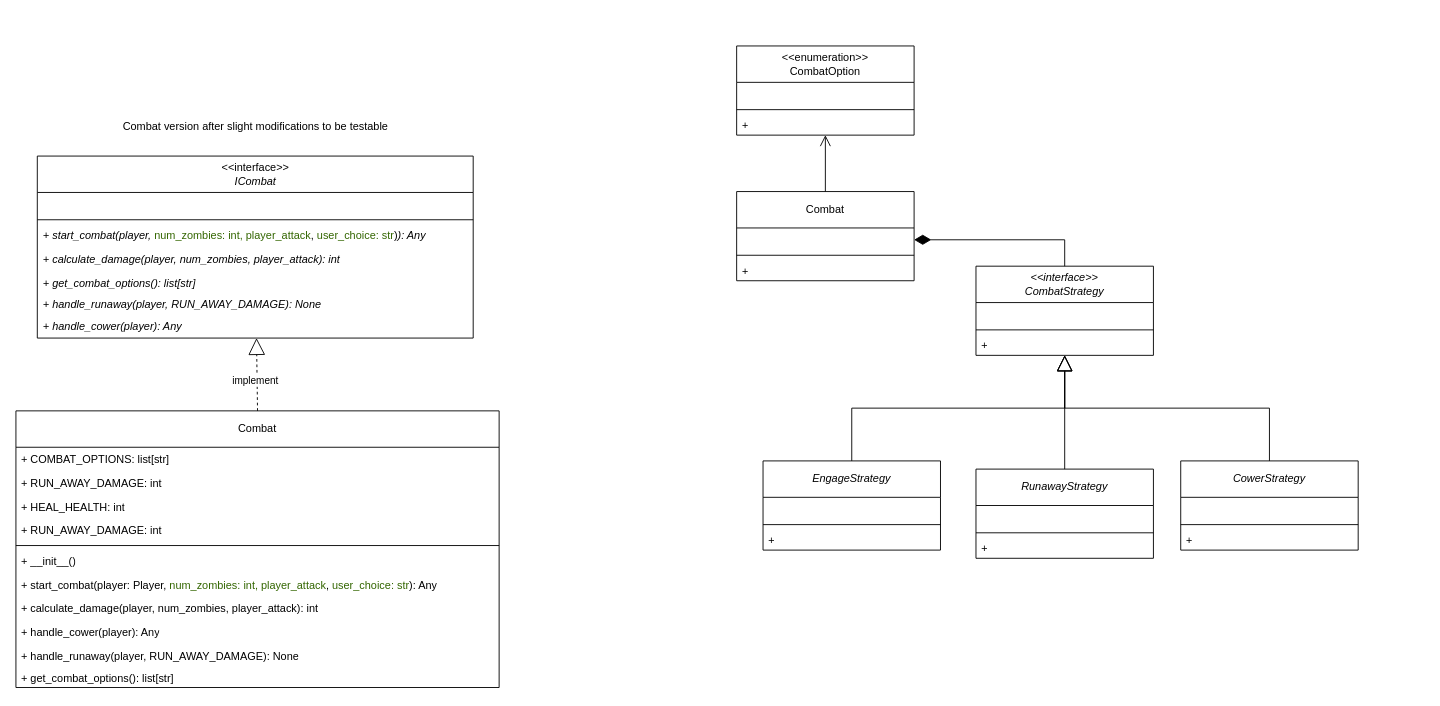
Above: page "combat_after" (1 of 2) of src/model_after_pattern/after_pattern.drawio in arsenie-sarmiento/ZombieInMyPocket (draw.io), before the change. Source tidied: cells renumbered, new cells numbered last; positions are measured from the earlier drawing's top-left corner, leaving out a move shared by most shapes. Both pictures are drawn from the tidied source at 91%, with x=0, y=0 at pixel (15, 46).
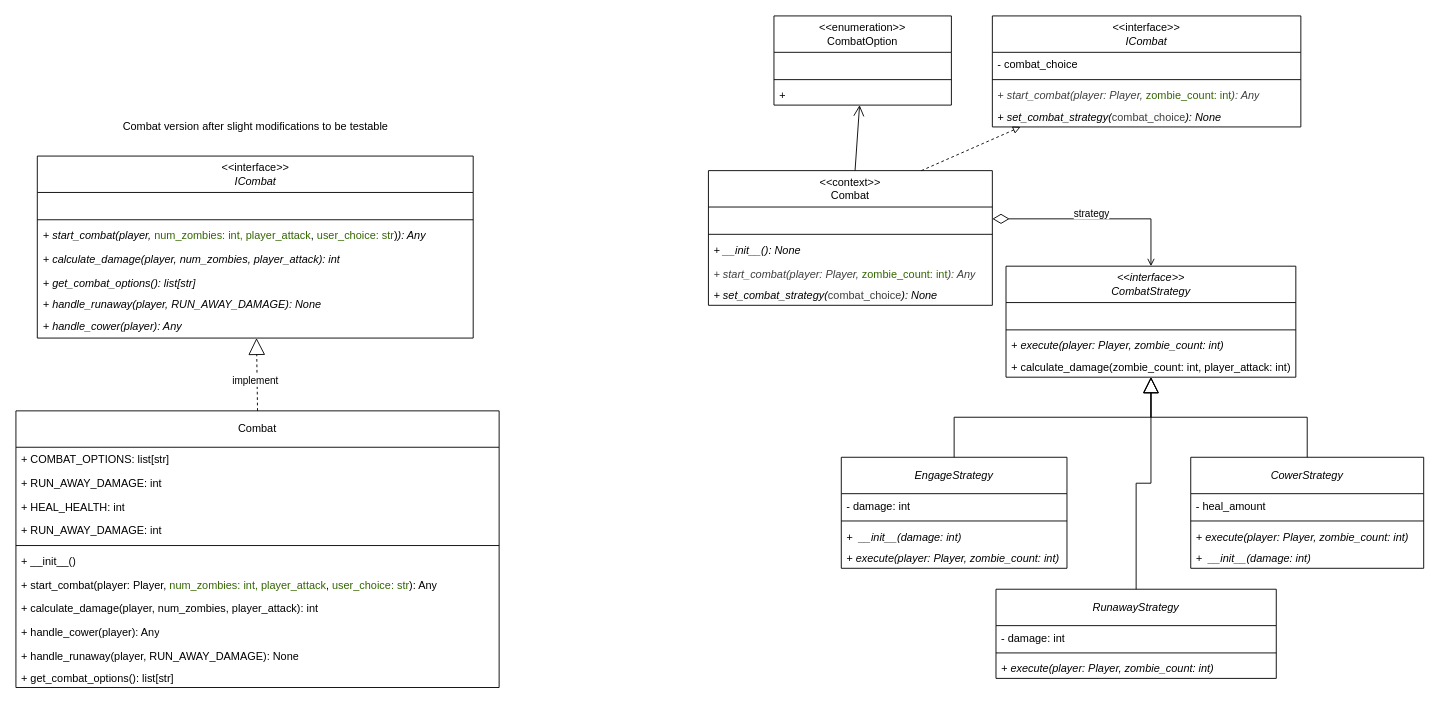
After the change.

Commit message (it also covers changes not shown here):
unpolished comments on after combat test, created context interfact ICombat

The edit, as a diff of the source:
```diff
@@
+    <mxCell id="54" style="html=1;endArrow=block;endFill=0;dashed=1;rounded=0;exitX=0.75;exitY=0;exitDx=0;exitDy=0;" parent="1" edge="1" source="26" target="66">
+      <mxGeometry relative="1" as="geometry" />
+    </mxCell>
-    <mxCell id="26" value="Combat" style="swimlane;fontStyle=0;horizontal=1;startSize=40;fillColor=none;whiteSpace=wrap;html=1;" parent="1" vertex="1">
-      <mxGeometry x="792" y="160" width="195" height="98" as="geometry" />
+    <mxCell id="26" value="&amp;lt;&amp;lt;context&amp;gt;&amp;gt;&lt;div&gt;Combat&lt;/div&gt;" style="swimlane;fontStyle=0;horizontal=1;startSize=40;fillColor=none;whiteSpace=wrap;html=1;" parent="1" vertex="1">
+      <mxGeometry x="761" y="137" width="312" height="148" as="geometry" />
     </mxCell>
     <mxCell id="27" value="&amp;nbsp;" style="text;strokeColor=none;fillColor=none;align=left;verticalAlign=top;spacingLeft=4;spacingRight=4;overflow=hidden;points=[[0,0.5],[1,0.5]];portConstraint=eastwest;whiteSpace=wrap;html=1;" parent="26" vertex="1">
-      <mxGeometry y="40" width="195" height="26" as="geometry" />
+      <mxGeometry y="40" width="312" height="26" as="geometry" />
     </mxCell>
     <mxCell id="28" style="line;strokeWidth=1;fillColor=none;align=left;verticalAlign=middle;spacingTop=-1;spacingLeft=3;spacingRight=3;labelPosition=right;strokeColor=inherit;" parent="26" vertex="1">
-      <mxGeometry y="66" width="195" height="8" as="geometry" />
+      <mxGeometry y="66" width="312" height="8" as="geometry" />
     </mxCell>
-    <mxCell id="29" value="+&amp;nbsp;" style="text;strokeColor=none;fillColor=none;align=left;verticalAlign=top;spacingLeft=4;spacingRight=4;overflow=hidden;whiteSpace=wrap;html=1;fontStyle=2;" parent="26" vertex="1">
-      <mxGeometry y="74" width="195" height="24" as="geometry" />
-    </mxCell>
+    <mxCell id="55" value="+ __init__(): None" style="text;strokeColor=none;fillColor=none;align=left;verticalAlign=top;spacingLeft=4;spacingRight=4;overflow=hidden;whiteSpace=wrap;html=1;fontStyle=2;" parent="26" vertex="1">
+      <mxGeometry y="74" width="312" height="26" as="geometry" />
+    </mxCell>
+    <mxCell id="56" value="&lt;span style=&quot;color: rgb(63, 63, 63);&quot;&gt;+&amp;nbsp;start_combat(player: Player,&amp;nbsp;&lt;/span&gt;&lt;font style=&quot;scrollbar-color: rgb(226, 226, 226) rgb(251, 251, 251); font-style: normal; color: rgb(51, 102, 0);&quot;&gt;zombie_count: int&lt;/font&gt;&lt;span style=&quot;color: rgb(63, 63, 63);&quot;&gt;): Any&lt;/span&gt;" style="text;strokeColor=none;fillColor=none;align=left;verticalAlign=top;spacingLeft=4;spacingRight=4;overflow=hidden;whiteSpace=wrap;html=1;fontStyle=2;fontColor=default;" parent="26" vertex="1">
+      <mxGeometry y="100" width="312" height="24" as="geometry" />
+    </mxCell>
+    <mxCell id="57" value="&lt;span style=&quot;scrollbar-color: rgb(226, 226, 226) rgb(251, 251, 251); background-color: rgb(251, 251, 251); float: none; display: inline !important; color: rgb(0, 0, 0);&quot;&gt;+ set_combat_strategy(&lt;/span&gt;&lt;span style=&quot;scrollbar-color: rgb(226, 226, 226) rgb(251, 251, 251); font-style: normal; background-color: rgb(251, 251, 251); color: rgb(63, 63, 63);&quot;&gt;combat_choice&lt;/span&gt;&lt;span style=&quot;scrollbar-color: rgb(226, 226, 226) rgb(251, 251, 251); background-color: rgb(251, 251, 251); float: none; display: inline !important; color: rgb(0, 0, 0);&quot;&gt;): None&lt;/span&gt;" style="text;strokeColor=none;fillColor=none;align=left;verticalAlign=top;spacingLeft=4;spacingRight=4;overflow=hidden;whiteSpace=wrap;html=1;fontStyle=2;fontColor=default;" parent="26" vertex="1">
+      <mxGeometry y="124" width="312" height="24" as="geometry" />
+    </mxCell>
-    <mxCell id="30" style="edgeStyle=orthogonalEdgeStyle;html=1;entryX=1;entryY=0.5;entryDx=0;entryDy=0;endArrow=diamondThin;endFill=1;endSize=16;rounded=0;curved=0;" parent="1" edge="1" source="31" target="27">
+    <mxCell id="30" style="edgeStyle=orthogonalEdgeStyle;html=1;entryX=1;entryY=0.5;entryDx=0;entryDy=0;endArrow=diamondThin;endFill=0;endSize=16;rounded=0;curved=0;startArrow=open;startFill=0;" parent="1" edge="1" source="31" target="27">
       <mxGeometry relative="1" as="geometry" />
     </mxCell>
+    <mxCell id="58" value="strategy" style="edgeLabel;html=1;align=center;verticalAlign=middle;" parent="30" vertex="1">
+      <mxGeometry x="0.07" y="3" relative="1" as="geometry">
+        <mxPoint x="3" y="-10" as="offset" />
+      </mxGeometry>
+    </mxCell>
     <mxCell id="31" value="&lt;i&gt;&amp;lt;&amp;lt;interface&amp;gt;&amp;gt;&lt;/i&gt;&lt;div&gt;&lt;i&gt;CombatStrategy&lt;/i&gt;&lt;/div&gt;" style="swimlane;fontStyle=0;horizontal=1;startSize=40;fillColor=none;whiteSpace=wrap;html=1;" parent="1" vertex="1">
-      <mxGeometry x="1055" y="242" width="195" height="98" as="geometry" />
+      <mxGeometry x="1088" y="242" width="318.5" height="122" as="geometry" />
     </mxCell>
     <mxCell id="32" value="&amp;nbsp;" style="text;strokeColor=none;fillColor=none;align=left;verticalAlign=top;spacingLeft=4;spacingRight=4;overflow=hidden;whiteSpace=wrap;html=1;" parent="31" vertex="1">
-      <mxGeometry y="40" width="195" height="26" as="geometry" />
+      <mxGeometry y="40" width="318.5" height="26" as="geometry" />
     </mxCell>
     <mxCell id="33" style="line;strokeWidth=1;fillColor=none;align=left;verticalAlign=middle;spacingTop=-1;spacingLeft=3;spacingRight=3;labelPosition=right;strokeColor=inherit;" parent="31" vertex="1">
-      <mxGeometry y="66" width="195" height="8" as="geometry" />
+      <mxGeometry y="66" width="318.5" height="8" as="geometry" />
     </mxCell>
+    <mxCell id="59" value="+ execute(player: Player, zombie_count: int)" style="text;strokeColor=none;fillColor=none;align=left;verticalAlign=top;spacingLeft=4;spacingRight=4;overflow=hidden;whiteSpace=wrap;html=1;fontStyle=2;" parent="31" vertex="1">
+      <mxGeometry y="74" width="318.5" height="24" as="geometry" />
+    </mxCell>
-    <mxCell id="34" value="+&amp;nbsp;" style="text;strokeColor=none;fillColor=none;align=left;verticalAlign=top;spacingLeft=4;spacingRight=4;overflow=hidden;whiteSpace=wrap;html=1;fontStyle=2;" parent="31" vertex="1">
-      <mxGeometry y="74" width="195" height="24" as="geometry" />
+    <mxCell id="34" value="+ &lt;span style=&quot;font-style: normal;&quot;&gt;calculate_damage(zombie_count: int, player_attack: int)&lt;/span&gt;" style="text;strokeColor=none;fillColor=none;align=left;verticalAlign=top;spacingLeft=4;spacingRight=4;overflow=hidden;whiteSpace=wrap;html=1;fontStyle=2;fontColor=default;" parent="31" vertex="1">
+      <mxGeometry y="98" width="318.5" height="24" as="geometry" />
     </mxCell>
@@
     <mxCell id="36" value="&lt;i&gt;EngageStrategy&lt;/i&gt;" style="swimlane;fontStyle=0;horizontal=1;startSize=40;fillColor=none;whiteSpace=wrap;html=1;" parent="1" vertex="1">
-      <mxGeometry x="821" y="456" width="195" height="98" as="geometry" />
+      <mxGeometry x="907" y="452" width="248" height="122" as="geometry" />
     </mxCell>
-    <mxCell id="37" value="&amp;nbsp;" style="text;strokeColor=none;fillColor=none;align=left;verticalAlign=top;spacingLeft=4;spacingRight=4;overflow=hidden;whiteSpace=wrap;html=1;" parent="36" vertex="1">
-      <mxGeometry y="40" width="195" height="26" as="geometry" />
+    <mxCell id="37" value="- damage: int" style="text;strokeColor=none;fillColor=none;align=left;verticalAlign=top;spacingLeft=4;spacingRight=4;overflow=hidden;whiteSpace=wrap;html=1;" parent="36" vertex="1">
+      <mxGeometry y="40" width="248" height="26" as="geometry" />
     </mxCell>
     <mxCell id="38" style="line;strokeWidth=1;fillColor=none;align=left;verticalAlign=middle;spacingTop=-1;spacingLeft=3;spacingRight=3;labelPosition=right;strokeColor=inherit;" parent="36" vertex="1">
-      <mxGeometry y="66" width="195" height="8" as="geometry" />
+      <mxGeometry y="66" width="248" height="8" as="geometry" />
     </mxCell>
-    <mxCell id="39" value="+&amp;nbsp;" style="text;strokeColor=none;fillColor=none;align=left;verticalAlign=top;spacingLeft=4;spacingRight=4;overflow=hidden;whiteSpace=wrap;html=1;fontStyle=2;" parent="36" vertex="1">
-      <mxGeometry y="74" width="195" height="24" as="geometry" />
+    <mxCell id="39" value="+&amp;nbsp; __init__(damage: int)" style="text;strokeColor=none;fillColor=none;align=left;verticalAlign=top;spacingLeft=4;spacingRight=4;overflow=hidden;whiteSpace=wrap;html=1;fontStyle=2;" parent="36" vertex="1">
+      <mxGeometry y="74" width="248" height="24" as="geometry" />
     </mxCell>
+    <mxCell id="60" value="+ execute(player: Player, zombie_count: int)" style="text;strokeColor=none;fillColor=none;align=left;verticalAlign=top;spacingLeft=4;spacingRight=4;overflow=hidden;whiteSpace=wrap;html=1;fontStyle=2;" parent="36" vertex="1">
+      <mxGeometry y="98" width="248" height="24" as="geometry" />
+    </mxCell>
     <mxCell id="40" value="&lt;i&gt;RunawayStrategy&lt;/i&gt;" style="swimlane;fontStyle=0;horizontal=1;startSize=40;fillColor=none;whiteSpace=wrap;html=1;" parent="1" vertex="1">
-      <mxGeometry x="1055" y="465" width="195" height="98" as="geometry" />
+      <mxGeometry x="1077" y="597" width="308" height="98" as="geometry" />
     </mxCell>
-    <mxCell id="41" value="&amp;nbsp;" style="text;strokeColor=none;fillColor=none;align=left;verticalAlign=top;spacingLeft=4;spacingRight=4;overflow=hidden;whiteSpace=wrap;html=1;" parent="40" vertex="1">
-      <mxGeometry y="40" width="195" height="26" as="geometry" />
-    </mxCell>
+    <mxCell id="61" value="- damage: int" style="text;strokeColor=none;fillColor=none;align=left;verticalAlign=top;spacingLeft=4;spacingRight=4;overflow=hidden;whiteSpace=wrap;html=1;" parent="40" vertex="1">
+      <mxGeometry y="40" width="308" height="26" as="geometry" />
+    </mxCell>
     <mxCell id="42" style="line;strokeWidth=1;fillColor=none;align=left;verticalAlign=middle;spacingTop=-1;spacingLeft=3;spacingRight=3;labelPosition=right;strokeColor=inherit;" parent="40" vertex="1">
-      <mxGeometry y="66" width="195" height="8" as="geometry" />
+      <mxGeometry y="66" width="308" height="8" as="geometry" />
     </mxCell>
-    <mxCell id="43" value="+&amp;nbsp;" style="text;strokeColor=none;fillColor=none;align=left;verticalAlign=top;spacingLeft=4;spacingRight=4;overflow=hidden;whiteSpace=wrap;html=1;fontStyle=2;" parent="40" vertex="1">
-      <mxGeometry y="74" width="195" height="24" as="geometry" />
-    </mxCell>
+    <mxCell id="62" value="+ execute(player: Player, zombie_count: int)" style="text;strokeColor=none;fillColor=none;align=left;verticalAlign=top;spacingLeft=4;spacingRight=4;overflow=hidden;whiteSpace=wrap;html=1;fontStyle=2;" parent="40" vertex="1">
+      <mxGeometry y="74" width="308" height="24" as="geometry" />
+    </mxCell>
     <mxCell id="44" value="&lt;i&gt;CowerStrategy&lt;/i&gt;" style="swimlane;fontStyle=0;horizontal=1;startSize=40;fillColor=none;whiteSpace=wrap;html=1;" parent="1" vertex="1">
-      <mxGeometry x="1280" y="456" width="195" height="98" as="geometry" />
+      <mxGeometry x="1291" y="452" width="256" height="122" as="geometry" />
     </mxCell>
-    <mxCell id="45" value="&amp;nbsp;" style="text;strokeColor=none;fillColor=none;align=left;verticalAlign=top;spacingLeft=4;spacingRight=4;overflow=hidden;whiteSpace=wrap;html=1;" parent="44" vertex="1">
-      <mxGeometry y="40" width="195" height="26" as="geometry" />
-    </mxCell>
+    <mxCell id="63" value="- heal_amount" style="text;strokeColor=none;fillColor=none;align=left;verticalAlign=top;spacingLeft=4;spacingRight=4;overflow=hidden;whiteSpace=wrap;html=1;" parent="44" vertex="1">
+      <mxGeometry y="40" width="256" height="26" as="geometry" />
+    </mxCell>
     <mxCell id="46" style="line;strokeWidth=1;fillColor=none;align=left;verticalAlign=middle;spacingTop=-1;spacingLeft=3;spacingRight=3;labelPosition=right;strokeColor=inherit;" parent="44" vertex="1">
-      <mxGeometry y="66" width="195" height="8" as="geometry" />
+      <mxGeometry y="66" width="256" height="8" as="geometry" />
     </mxCell>
-    <mxCell id="47" value="+&amp;nbsp;" style="text;strokeColor=none;fillColor=none;align=left;verticalAlign=top;spacingLeft=4;spacingRight=4;overflow=hidden;whiteSpace=wrap;html=1;fontStyle=2;" parent="44" vertex="1">
-      <mxGeometry y="74" width="195" height="24" as="geometry" />
-    </mxCell>
+    <mxCell id="64" value="+ execute(player: Player, zombie_count: int)" style="text;strokeColor=none;fillColor=none;align=left;verticalAlign=top;spacingLeft=4;spacingRight=4;overflow=hidden;whiteSpace=wrap;html=1;fontStyle=2;" parent="44" vertex="1">
+      <mxGeometry y="74" width="256" height="24" as="geometry" />
+    </mxCell>
+    <mxCell id="65" value="+&amp;nbsp; __init__(damage: int)" style="text;strokeColor=none;fillColor=none;align=left;verticalAlign=top;spacingLeft=4;spacingRight=4;overflow=hidden;whiteSpace=wrap;html=1;fontStyle=2;" parent="44" vertex="1">
+      <mxGeometry y="98" width="256" height="24" as="geometry" />
+    </mxCell>
@@
     <mxCell id="50" value="&amp;lt;&amp;lt;enumeration&amp;gt;&amp;gt;&lt;div&gt;CombatOption&lt;/div&gt;" style="swimlane;fontStyle=0;horizontal=1;startSize=40;fillColor=none;whiteSpace=wrap;html=1;" parent="1" vertex="1">
-      <mxGeometry x="792" width="195" height="98" as="geometry" />
+      <mxGeometry x="833" y="-33" width="195" height="98" as="geometry" />
     </mxCell>
@@
+    <mxCell id="66" value="&amp;lt;&amp;lt;interface&amp;gt;&amp;gt;&lt;div&gt;&lt;i&gt;ICombat&lt;/i&gt;&lt;/div&gt;" style="swimlane;fontStyle=0;horizontal=1;startSize=40;fillColor=none;whiteSpace=wrap;html=1;" parent="1" vertex="1">
+      <mxGeometry x="1073" y="-33" width="339" height="122" as="geometry" />
+    </mxCell>
+    <mxCell id="67" value="- combat_choice" style="text;strokeColor=none;fillColor=none;align=left;verticalAlign=top;spacingLeft=4;spacingRight=4;overflow=hidden;whiteSpace=wrap;html=1;" parent="66" vertex="1">
+      <mxGeometry y="40" width="339" height="26" as="geometry" />
+    </mxCell>
+    <mxCell id="68" style="line;strokeWidth=1;fillColor=none;align=left;verticalAlign=middle;spacingTop=-1;spacingLeft=3;spacingRight=3;labelPosition=right;strokeColor=inherit;" parent="66" vertex="1">
+      <mxGeometry y="66" width="339" height="8" as="geometry" />
+    </mxCell>
+    <mxCell id="69" value="&lt;span style=&quot;color: rgb(63, 63, 63);&quot;&gt;+&amp;nbsp;start_combat(player: Player,&amp;nbsp;&lt;/span&gt;&lt;font style=&quot;scrollbar-color: rgb(226, 226, 226) rgb(251, 251, 251); font-style: normal; color: rgb(51, 102, 0);&quot;&gt;zombie_count: int&lt;/font&gt;&lt;span style=&quot;color: rgb(63, 63, 63);&quot;&gt;): Any&lt;/span&gt;" style="text;strokeColor=none;fillColor=none;align=left;verticalAlign=top;spacingLeft=4;spacingRight=4;overflow=hidden;whiteSpace=wrap;html=1;fontStyle=2;fontColor=default;" parent="66" vertex="1">
+      <mxGeometry y="74" width="339" height="24" as="geometry" />
+    </mxCell>
+    <mxCell id="70" value="&lt;span style=&quot;scrollbar-color: rgb(226, 226, 226) rgb(251, 251, 251); background-color: rgb(251, 251, 251); float: none; display: inline !important; color: rgb(0, 0, 0);&quot;&gt;+ set_combat_strategy(&lt;/span&gt;&lt;span style=&quot;scrollbar-color: rgb(226, 226, 226) rgb(251, 251, 251); font-style: normal; background-color: rgb(251, 251, 251); color: rgb(63, 63, 63);&quot;&gt;combat_choice&lt;/span&gt;&lt;span style=&quot;scrollbar-color: rgb(226, 226, 226) rgb(251, 251, 251); background-color: rgb(251, 251, 251); float: none; display: inline !important; color: rgb(0, 0, 0);&quot;&gt;): None&lt;/span&gt;" style="text;strokeColor=none;fillColor=none;align=left;verticalAlign=top;spacingLeft=4;spacingRight=4;overflow=hidden;whiteSpace=wrap;html=1;fontStyle=2;fontColor=default;" parent="66" vertex="1">
+      <mxGeometry y="98" width="339" height="24" as="geometry" />
+    </mxCell>
```
